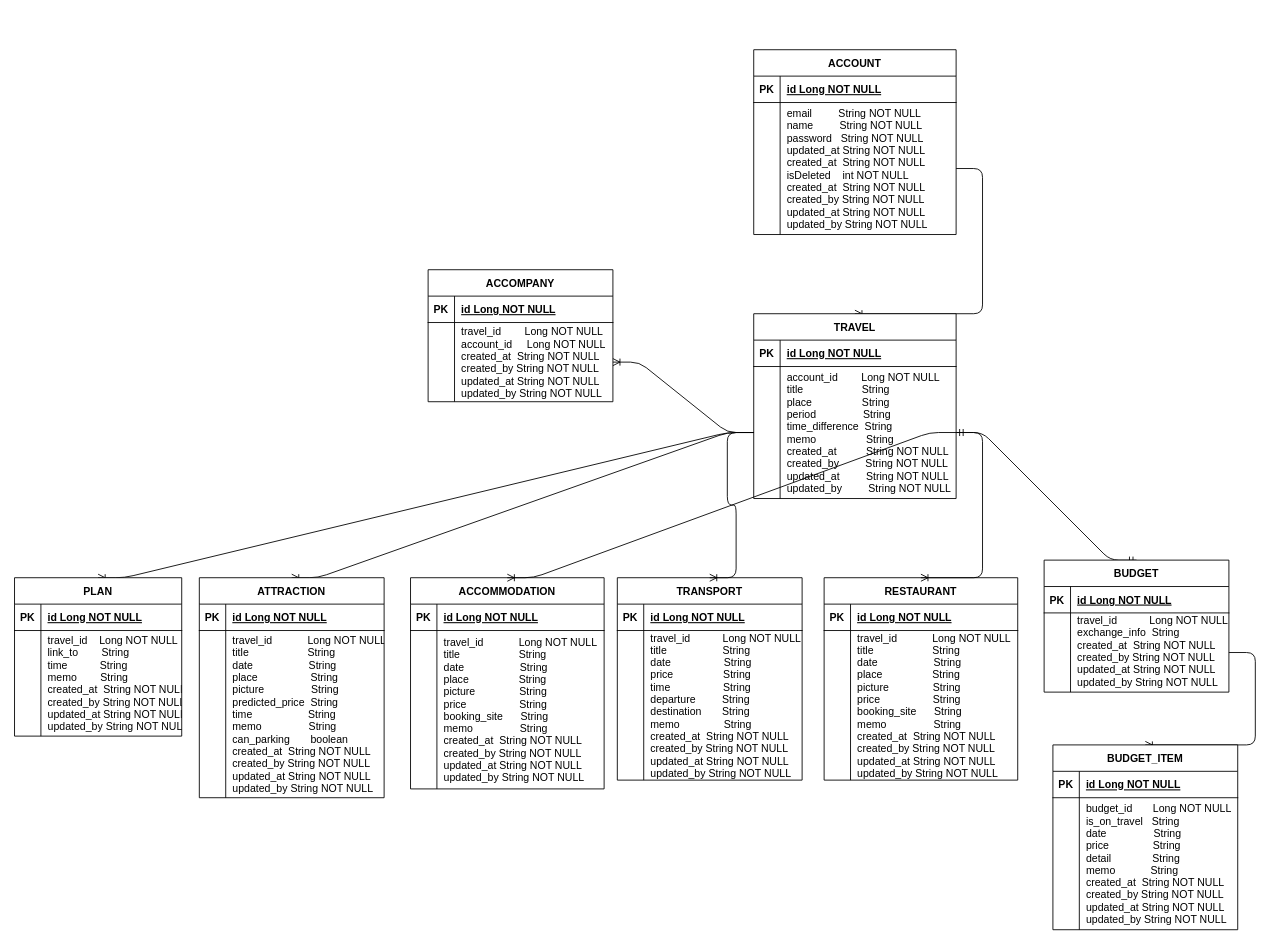
Before: yata-server/docs/database/ERD.drawio in insukChoi/yata, a draw.io diagram. Source tidied: cells renumbered, new cells numbered last; positions are measured from the earlier drawing's top-left corner, leaving out a move shared by most shapes. Both pictures are drawn from the tidied source at 88%, with x=0, y=0 at pixel (14, 49).
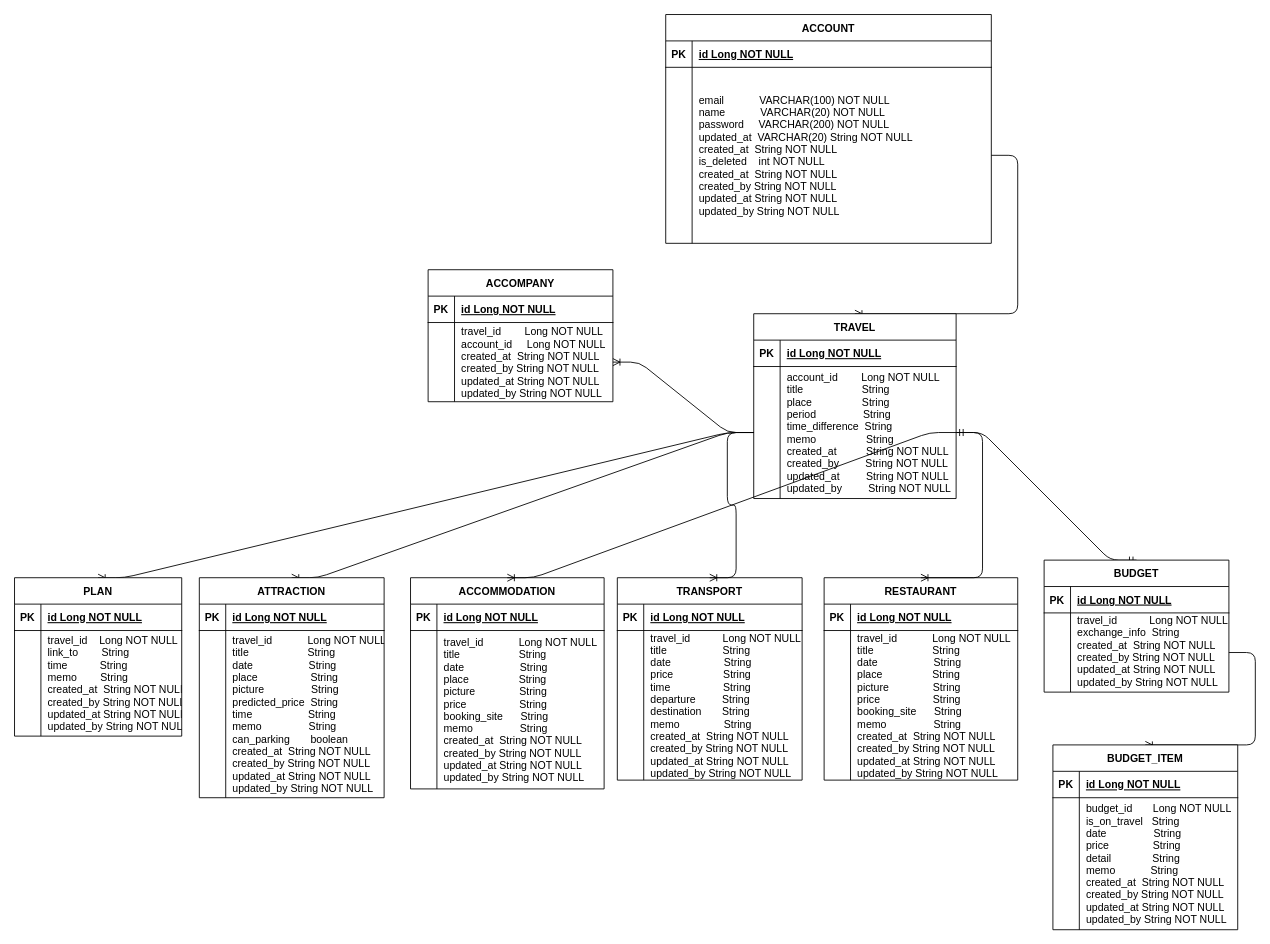
Above is the later version.

Change to the diagram source:
```diff
@@
     <mxCell id="60" value="ACCOUNT" style="shape=table;startSize=30;childLayout=tableLayout;rowLines=0;fontStyle=1;align=center;" parent="1" vertex="1">
-      <mxGeometry x="840" width="230" height="210" as="geometry" />
+      <mxGeometry x="740" y="-40" width="370" height="260" as="geometry" />
     </mxCell>
     <mxCell id="61" style="shape=partialRectangle;fillColor=none;top=0;left=0;right=0;bottom=1;" parent="60" vertex="1">
-      <mxGeometry y="30" width="230" height="30" as="geometry" />
+      <mxGeometry y="30" width="370" height="30" as="geometry" />
     </mxCell>
@@
     <mxCell id="63" value="id Long NOT NULL " style="shape=partialRectangle;overflow=hidden;fillColor=none;top=0;left=0;bottom=0;right=0;align=left;spacingLeft=6;fontStyle=5;" parent="61" vertex="1">
-      <mxGeometry x="30" width="200" height="30" as="geometry" />
+      <mxGeometry x="30" width="340" height="30" as="geometry" />
     </mxCell>
     <mxCell id="64" style="shape=partialRectangle;fillColor=none;points=[[0,0.5],[1,0.5]];portConstraint=eastwest;top=0;left=0;right=0;bottom=0;" parent="60" vertex="1">
-      <mxGeometry y="60" width="230" height="150" as="geometry" />
+      <mxGeometry y="60" width="370" height="200" as="geometry" />
     </mxCell>
     <mxCell id="65" style="shape=partialRectangle;overflow=hidden;fillColor=none;top=0;left=0;bottom=0;right=0;" parent="64" vertex="1">
-      <mxGeometry width="30" height="150" as="geometry" />
+      <mxGeometry width="30" height="200" as="geometry" />
     </mxCell>
-    <mxCell id="66" value="email         String NOT NULL&#10;name         String NOT NULL&#10;password   String NOT NULL&#10;updated_at String NOT NULL&#10;created_at  String NOT NULL&#10;isDeleted    int NOT NULL&#10;created_at  String NOT NULL&#10;created_by String NOT NULL&#10;updated_at String NOT NULL&#10;updated_by String NOT NULL" style="shape=partialRectangle;overflow=hidden;fillColor=none;top=0;left=0;bottom=0;right=0;align=left;spacingLeft=6;" parent="64" vertex="1">
-      <mxGeometry x="30" width="200" height="150" as="geometry" />
+    <mxCell id="66" value="email            VARCHAR(100) NOT NULL&#10;name            VARCHAR(20) NOT NULL&#10;password     VARCHAR(200) NOT NULL&#10;updated_at  VARCHAR(20) String NOT NULL&#10;created_at  String NOT NULL&#10;is_deleted    int NOT NULL&#10;created_at  String NOT NULL&#10;created_by String NOT NULL&#10;updated_at String NOT NULL&#10;updated_by String NOT NULL" style="shape=partialRectangle;overflow=hidden;fillColor=none;top=0;left=0;bottom=0;right=0;align=left;spacingLeft=6;" parent="64" vertex="1">
+      <mxGeometry x="30" width="340" height="200" as="geometry" />
     </mxCell>
```
